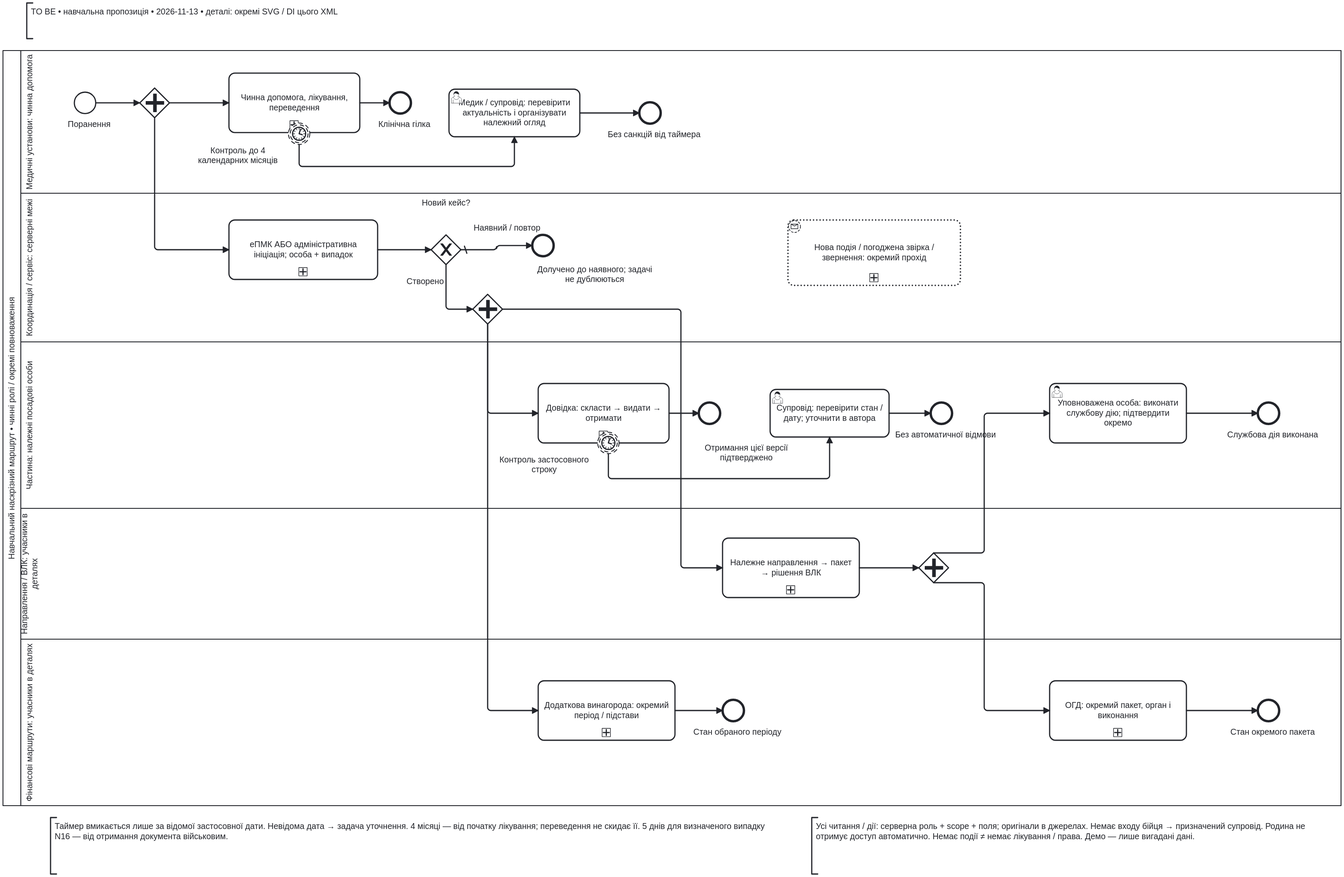
This is docs/bpmn/to-be.svg from obodnazar/mil600-wounded-case, a BPMN export, as it was before one commit. Its source is kept beside it as docs/bpmn/to-be.bpmn. Ids are renumbered.
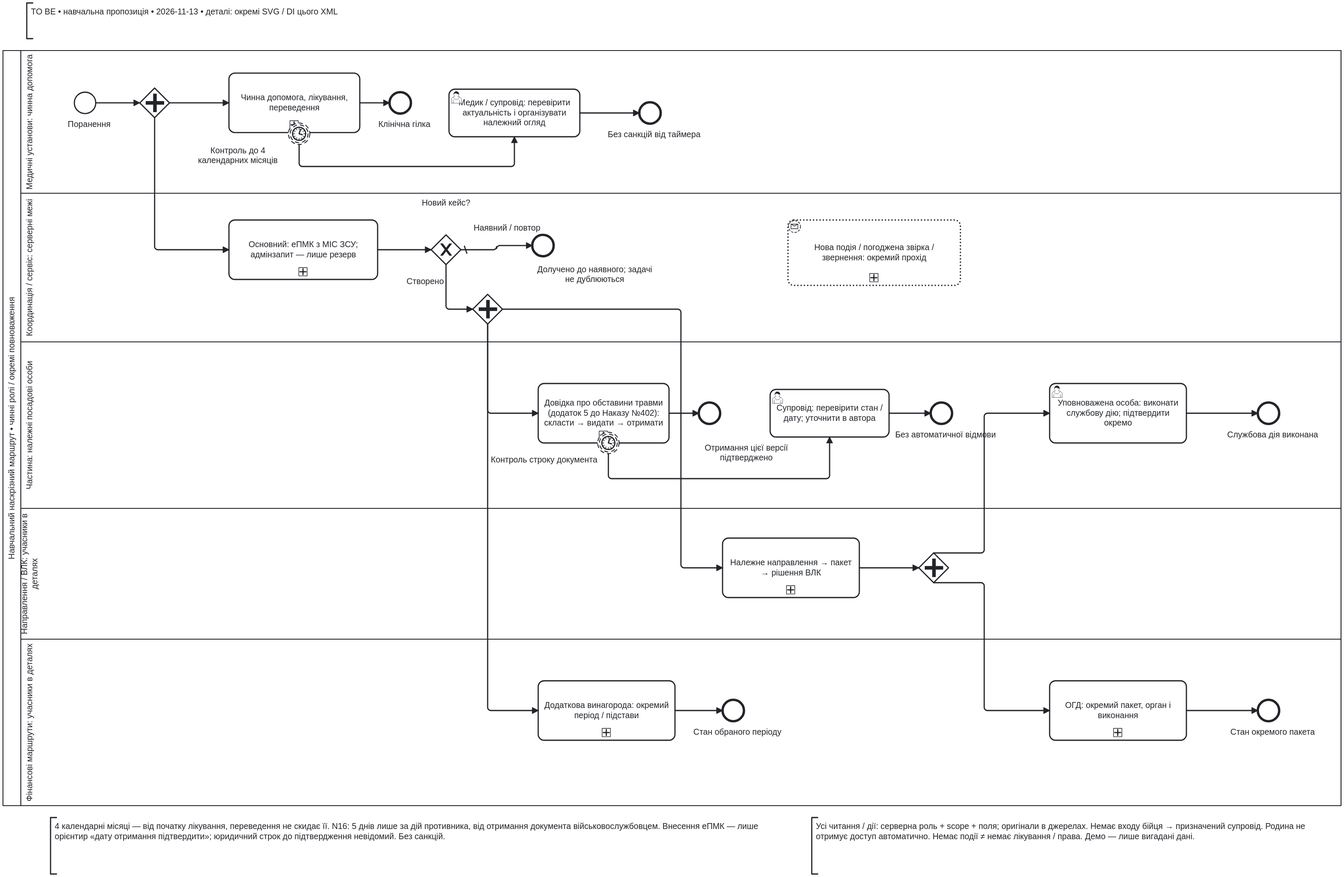
After the commit.

Diff of the diagram source:
```diff
@@ -101,15 +101,15 @@
     <bpmn:endEvent id="End_Care" name="Клінічна гілка">
       <bpmn:incoming>F_Sub_Care_End_Care</bpmn:incoming>
     </bpmn:endEvent>
-    <bpmn:subProcess id="Sub_Intake" name="еПМК АБО адміністративна ініціація; особа + випадок">
+    <bpmn:subProcess id="Sub_Intake" name="Основний: еПМК з МІС ЗСУ; адмінзапит — лише резерв">
       <bpmn:incoming>F_ToIntake</bpmn:incoming>
       <bpmn:outgoing>F_Sub_Intake_Gateway_NewCase</bpmn:outgoing>
-      <bpmn:intermediateCatchEvent id="Intake_Med" name="Погоджена подія еПМК">
+      <bpmn:intermediateCatchEvent id="Intake_Med" name="Основний: еПМК з МІС ЗСУ">
         <bpmn:incoming>Intake_WaitMed</bpmn:incoming>
         <bpmn:outgoing>Intake_MedMerge</bpmn:outgoing>
         <bpmn:messageEventDefinition id="MessageDef_IntakeMed" />
       </bpmn:intermediateCatchEvent>
-      <bpmn:intermediateCatchEvent id="Intake_Admin" name="Запит належного командира / супроводу">
+      <bpmn:intermediateCatchEvent id="Intake_Admin" name="Резерв: запит належного командира / супроводу за недоступної еПМК / події">
         <bpmn:incoming>Intake_WaitAdmin</bpmn:incoming>
         <bpmn:outgoing>Intake_AdminMerge</bpmn:outgoing>
         <bpmn:messageEventDefinition id="MessageDef_IntakeAdmin" />
@@ -173,7 +173,7 @@
       <bpmn:startEvent id="Intake_Start" name="">
         <bpmn:outgoing>F_Intake_Start_Intake_WaitFirst</bpmn:outgoing>
       </bpmn:startEvent>
-      <bpmn:eventBasedGateway id="Intake_WaitFirst" name="Перший дозволений вхід">
+      <bpmn:eventBasedGateway id="Intake_WaitFirst" name="Основний сигнал; адміністративний резерв за потреби">
         <bpmn:incoming>F_Intake_Start_Intake_WaitFirst</bpmn:incoming>
         <bpmn:outgoing>Intake_WaitMed</bpmn:outgoing>
         <bpmn:outgoing>Intake_WaitAdmin</bpmn:outgoing>
@@ -202,21 +202,21 @@
       <bpmn:outgoing>F_ToVLK</bpmn:outgoing>
       <bpmn:outgoing>F_ToReward</bpmn:outgoing>
     </bpmn:parallelGateway>
-    <bpmn:subProcess id="Sub_Certificate" name="Довідка: скласти → видати → отримати">
+    <bpmn:subProcess id="Sub_Certificate" name="Довідка про обставини травми (додаток 5 до Наказу №402): скласти → видати → отримати">
       <bpmn:incoming>F_ToCert</bpmn:incoming>
       <bpmn:outgoing>F_Sub_Certificate_End_Certificate</bpmn:outgoing>
       <bpmn:startEvent id="Cert_Start" name="">
         <bpmn:outgoing>F_Cert_Start_Cert_Anchor</bpmn:outgoing>
       </bpmn:startEvent>
-      <bpmn:serviceTask id="Cert_Anchor" name="Сервіс: правило + якір; невідоме → задача уточнення">
+      <bpmn:serviceTask id="Cert_Anchor" name="Сервіс: лише дії противника; отримання підтверджене → строк; інакше орієнтир / уточнення">
         <bpmn:incoming>F_Cert_Start_Cert_Anchor</bpmn:incoming>
         <bpmn:outgoing>F_Cert_Anchor_Cert_Prepare</bpmn:outgoing>
       </bpmn:serviceTask>
-      <bpmn:userTask id="Cert_Prepare" name="Начальник медслужби: скласти довідку">
+      <bpmn:userTask id="Cert_Prepare" name="Начальник медслужби: скласти документ">
         <bpmn:incoming>F_Cert_Anchor_Cert_Prepare</bpmn:incoming>
         <bpmn:outgoing>F_Cert_Prepare_Cert_Issue</bpmn:outgoing>
       </bpmn:userTask>
-      <bpmn:userTask id="Cert_Issue" name="Командир: видати довідку за повноваженнями">
+      <bpmn:userTask id="Cert_Issue" name="Командир: видати складений начальником медслужби документ">
         <bpmn:incoming>F_Cert_Prepare_Cert_Issue</bpmn:incoming>
         <bpmn:outgoing>F_Cert_Issue_Cert_Send</bpmn:outgoing>
       </bpmn:userTask>
@@ -243,10 +243,10 @@
       <bpmn:sequenceFlow id="F_Cert_Receipt_Cert_Record" sourceRef="Cert_Receipt" targetRef="Cert_Record" />
       <bpmn:sequenceFlow id="F_Cert_Record_Cert_End" sourceRef="Cert_Record" targetRef="Cert_End" />
       <bpmn:textAnnotation id="Cert_Note">
-        <bpmn:text>N16 ст.260: для визначеного випадку 5 днів рахуються від отримання військовим первинного медичного облікового документа (за відсутності — довідки закладу), не від поранення / створення еПМК. Невідомий якір → null і уточнення; таймер нічого не санкціонує. Оригінал ≠ фото / OCR. Виправлена версія потребує нового отримання.</bpmn:text>
+        <bpmn:text>N16 ст.260: лише коли травма від дій противника. 5 днів на складання / направлення від отримання військовослужбовцем первинного облікового медичного документа (еПМК); за відсутності — довідки про перебування в закладі. Внесення еПМК — орієнтир: «дату отримання підтвердити». Юридичний due_date до підтвердження null; без санкцій. Видає командир, складає начальник медслужби.</bpmn:text>
       </bpmn:textAnnotation>
       <bpmn:textAnnotation id="Title_certificate">
-        <bpmn:text>Довідка • підготовка, видача, надсилання та отримання різні • F03–F04</bpmn:text>
+        <bpmn:text>Довідка про обставини травми (додаток 5 до Наказу №402) • підготовка / видача / передача / отримання</bpmn:text>
       </bpmn:textAnnotation>
     </bpmn:subProcess>
     <bpmn:endEvent id="End_Certificate" name="Отримання цієї версії підтверджено">
@@ -693,10 +693,10 @@
     <bpmn:endEvent id="End_LongReview" name="Без санкцій від таймера">
       <bpmn:incoming>F_Task_LongReview_End_LongReview</bpmn:incoming>
     </bpmn:endEvent>
-    <bpmn:boundaryEvent id="Timer_Certificate" name="Контроль застосовного строку" attachedToRef="Sub_Certificate" cancelActivity="false">
+    <bpmn:boundaryEvent id="Timer_Certificate" name="Контроль строку документа" attachedToRef="Sub_Certificate" cancelActivity="false">
       <bpmn:outgoing>F_CertAlert</bpmn:outgoing>
       <bpmn:timerEventDefinition id="TimerDef_Certificate">
-        <bpmn:timeDate>certificate_due_at</bpmn:timeDate>
+        <bpmn:timeDate>certificate_follow_up_at</bpmn:timeDate>
       </bpmn:timerEventDefinition>
     </bpmn:boundaryEvent>
     <bpmn:userTask id="Task_CertReview" name="Супровід: перевірити стан / дату; уточнити в автора">
@@ -730,7 +730,7 @@
     <bpmn:sequenceFlow id="F_CertAlert" sourceRef="Timer_Certificate" targetRef="Task_CertReview" />
     <bpmn:sequenceFlow id="F_Task_CertReview_End_CertReview" sourceRef="Task_CertReview" targetRef="End_CertReview" />
     <bpmn:textAnnotation id="Note_Timers">
-      <bpmn:text>Таймер вмикається лише за відомої застосовної дати. Невідома дата → задача уточнення. 4 місяці — від початку лікування; переведення не скидає її. 5 днів для визначеного випадку N16 — від отримання документа військовим.</bpmn:text>
+      <bpmn:text>4 календарні місяці — від початку лікування, переведення не скидає її. N16: 5 днів лише за дій противника, від отримання документа військовослужбовцем. Внесення еПМК — лише орієнтир «дату отримання підтвердити»; юридичний строк до підтвердження невідомий. Без санкцій.</bpmn:text>
     </bpmn:textAnnotation>
     <bpmn:textAnnotation id="Note_Trust">
       <bpmn:text>Усі читання / дії: серверна роль + scope + поля; оригінали в джерелах. Немає входу бійця → призначений супровід. Родина не отримує доступ автоматично. Немає події ≠ немає лікування / права. Демо — лише вигадані дані.</bpmn:text>
@@ -1082,7 +1082,7 @@
       <bpmndi:BPMNShape id="DI_Intake_Admin" bpmnElement="Intake_Admin">
         <dc:Bounds x="320" y="350" width="36" height="36" />
         <bpmndi:BPMNLabel>
-          <dc:Bounds x="250" y="396" width="190" height="58" />
+          <dc:Bounds x="250" y="395" width="265" height="90" />
         </bpmndi:BPMNLabel>
       </bpmndi:BPMNShape>
       <bpmndi:BPMNShape id="DI_Intake_Merge" bpmnElement="Intake_Merge" isMarkerVisible="true">
@@ -1127,7 +1127,7 @@
       <bpmndi:BPMNShape id="DI_Intake_WaitFirst" bpmnElement="Intake_WaitFirst">
         <dc:Bounds x="140" y="220" width="50" height="50" />
         <bpmndi:BPMNLabel>
-          <dc:Bounds x="20" y="100" width="190" height="40" />
+          <dc:Bounds x="0" y="80" width="245" height="60" />
         </bpmndi:BPMNLabel>
       </bpmndi:BPMNShape>
       <bpmndi:BPMNShape id="DI_Intake_Note" bpmnElement="Intake_Note">
```
